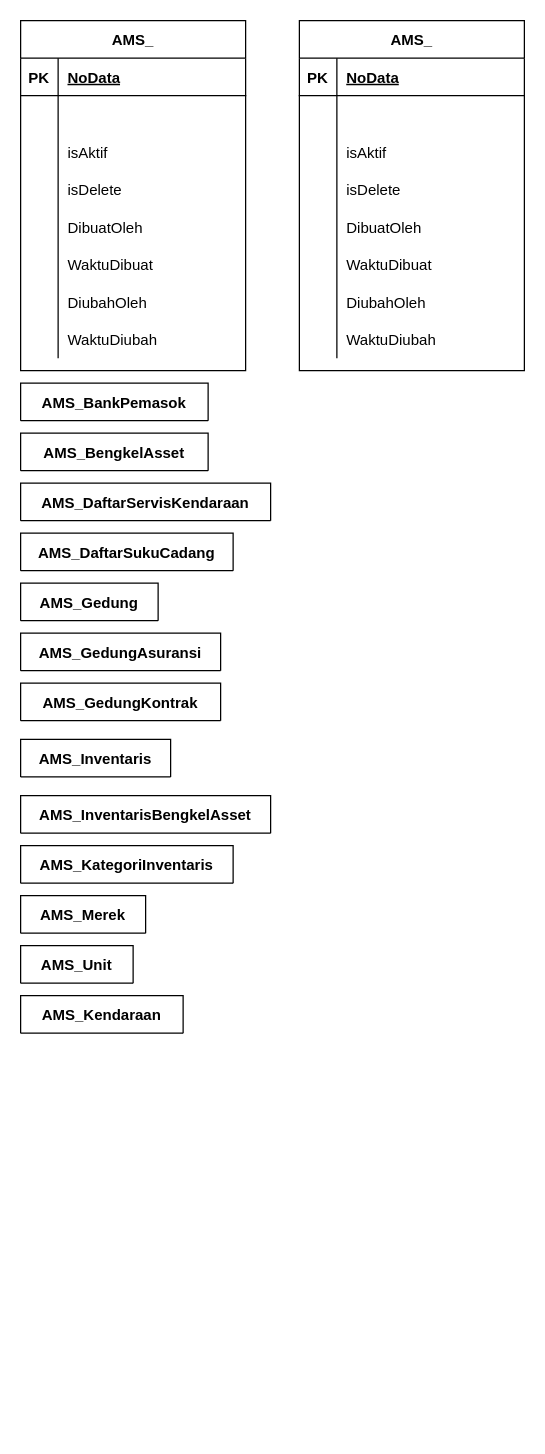
Earlier version of the draw.io diagram assets/files/AMSFix.drawio (hansburnthem/hansburnthem). Source tidied: cells renumbered, new cells numbered last; positions are measured from the earlier drawing's top-left corner, leaving out a move shared by most shapes. Both pictures are drawn from the tidied source at 125%, with x=0, y=0 at pixel (20, 20).
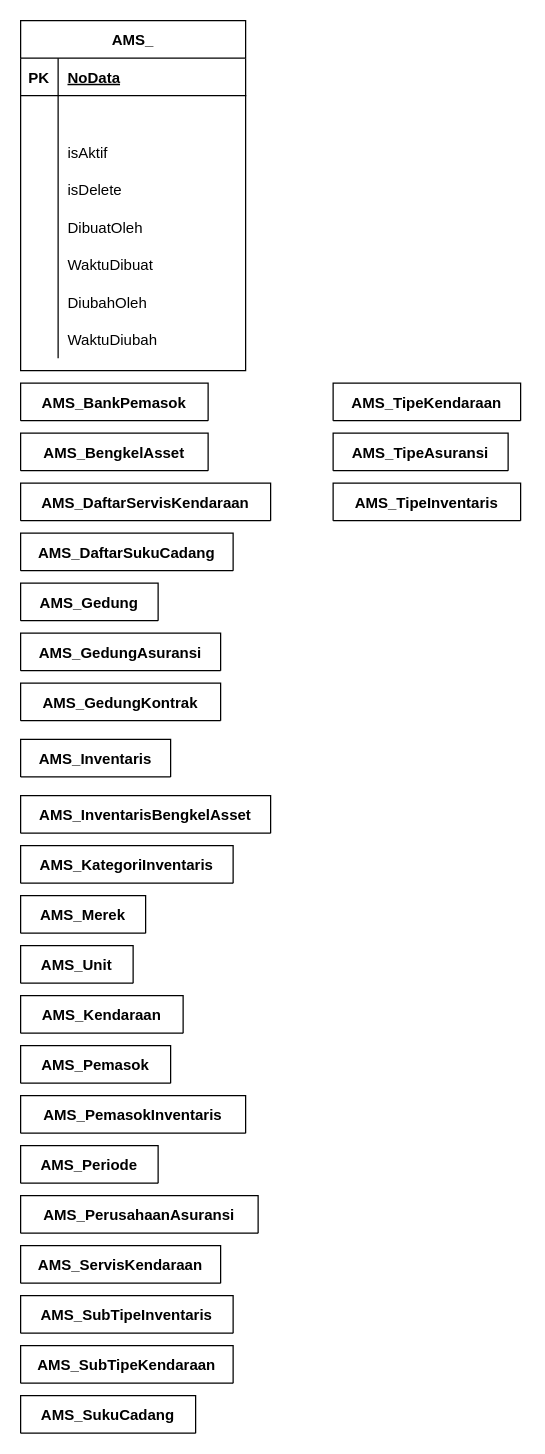
Above is the later version.

Diff of the diagram source:
```diff
@@
-    <mxCell id="40" value="AMS_" style="shape=table;startSize=30;childLayout=tableLayout;rowLines=0;fontStyle=1;align=center;fillColor=default;strokeColor=default;fontColor=default;" parent="1" vertex="1">
-      <mxGeometry x="223" width="180" height="280" as="geometry" />
+    <mxCell id="40" value="AMS_Pemasok" style="shape=table;startSize=30;childLayout=tableLayout;rowLines=0;fontStyle=1;align=center;fillColor=default;strokeColor=default;fontColor=default;" parent="1" vertex="1" collapsed="1">
+      <mxGeometry y="820" width="120" height="30" as="geometry" />
     </mxCell>
-    <mxCell id="41" style="shape=partialRectangle;fillColor=none;top=0;left=0;bottom=1;right=0;" parent="40" vertex="1">
-      <mxGeometry y="30" width="180" height="30" as="geometry" />
-    </mxCell>
-    <mxCell id="42" value="PK" style="shape=partialRectangle;fillColor=none;top=0;left=0;bottom=0;right=0;fontStyle=1;overflow=hidden;" parent="41" vertex="1">
-      <mxGeometry width="30" height="30" as="geometry" />
-    </mxCell>
-    <mxCell id="43" value="NoData" style="shape=partialRectangle;fillColor=none;top=0;left=0;bottom=0;right=0;align=left;spacingLeft=6;fontStyle=5;overflow=hidden;fontColor=default;" parent="41" vertex="1">
-      <mxGeometry x="30" width="150" height="30" as="geometry" />
-    </mxCell>
-    <mxCell id="44" style="shape=partialRectangle;fillColor=none;top=0;left=0;bottom=0;right=0;" parent="40" vertex="1">
-      <mxGeometry y="60" width="180" height="30" as="geometry" />
-    </mxCell>
-    <mxCell id="45" style="shape=partialRectangle;fillColor=none;top=0;left=0;bottom=0;right=0;overflow=hidden;" parent="44" vertex="1">
-      <mxGeometry width="30" height="30" as="geometry" />
-    </mxCell>
-    <mxCell id="46" style="shape=partialRectangle;fillColor=none;top=0;left=0;bottom=0;right=0;align=left;spacingLeft=6;overflow=hidden;fontColor=default;" parent="44" vertex="1">
-      <mxGeometry x="30" width="150" height="30" as="geometry" />
-    </mxCell>
-    <mxCell id="47" style="shape=partialRectangle;fillColor=none;top=0;left=0;bottom=0;right=0;" parent="40" vertex="1">
-      <mxGeometry y="90" width="180" height="30" as="geometry" />
-    </mxCell>
-    <mxCell id="48" style="shape=partialRectangle;fillColor=none;top=0;left=0;bottom=0;right=0;overflow=hidden;" parent="47" vertex="1">
-      <mxGeometry width="30" height="30" as="geometry" />
-    </mxCell>
-    <mxCell id="49" value="isAktif" style="shape=partialRectangle;fillColor=none;top=0;left=0;bottom=0;right=0;align=left;spacingLeft=6;overflow=hidden;fontColor=default;" parent="47" vertex="1">
-      <mxGeometry x="30" width="150" height="30" as="geometry" />
-    </mxCell>
-    <mxCell id="50" style="shape=partialRectangle;fillColor=none;top=0;left=0;bottom=0;right=0;" parent="40" vertex="1">
-      <mxGeometry y="120" width="180" height="30" as="geometry" />
-    </mxCell>
-    <mxCell id="51" style="shape=partialRectangle;fillColor=none;top=0;left=0;bottom=0;right=0;overflow=hidden;" parent="50" vertex="1">
-      <mxGeometry width="30" height="30" as="geometry" />
-    </mxCell>
-    <mxCell id="52" value="isDelete" style="shape=partialRectangle;fillColor=none;top=0;left=0;bottom=0;right=0;align=left;spacingLeft=6;overflow=hidden;fontColor=default;" parent="50" vertex="1">
-      <mxGeometry x="30" width="150" height="30" as="geometry" />
-    </mxCell>
-    <mxCell id="53" style="shape=partialRectangle;fillColor=none;top=0;left=0;bottom=0;right=0;" parent="40" vertex="1">
-      <mxGeometry y="150" width="180" height="30" as="geometry" />
-    </mxCell>
-    <mxCell id="54" style="shape=partialRectangle;fillColor=none;top=0;left=0;bottom=0;right=0;overflow=hidden;" parent="53" vertex="1">
-      <mxGeometry width="30" height="30" as="geometry" />
-    </mxCell>
-    <mxCell id="55" value="DibuatOleh " style="shape=partialRectangle;fillColor=none;top=0;left=0;bottom=0;right=0;align=left;spacingLeft=6;overflow=hidden;fontColor=default;" parent="53" vertex="1">
-      <mxGeometry x="30" width="150" height="30" as="geometry" />
-    </mxCell>
-    <mxCell id="56" style="shape=partialRectangle;fillColor=none;top=0;left=0;bottom=0;right=0;strokeColor=default;fontColor=default;" parent="40" vertex="1">
-      <mxGeometry y="180" width="180" height="30" as="geometry" />
-    </mxCell>
-    <mxCell id="57" style="shape=partialRectangle;fillColor=none;top=0;left=0;bottom=0;right=0;overflow=hidden;" parent="56" vertex="1">
-      <mxGeometry width="30" height="30" as="geometry" />
-    </mxCell>
-    <mxCell id="58" value="WaktuDibuat            " style="shape=partialRectangle;fillColor=none;top=0;left=0;bottom=0;right=0;align=left;spacingLeft=6;overflow=hidden;fontColor=default;" parent="56" vertex="1">
-      <mxGeometry x="30" width="150" height="30" as="geometry" />
-    </mxCell>
-    <mxCell id="59" style="shape=partialRectangle;fillColor=none;top=0;left=0;bottom=0;right=0;" parent="40" vertex="1">
-      <mxGeometry y="210" width="180" height="30" as="geometry" />
-    </mxCell>
-    <mxCell id="60" style="shape=partialRectangle;fillColor=none;top=0;left=0;bottom=0;right=0;overflow=hidden;" parent="59" vertex="1">
-      <mxGeometry width="30" height="30" as="geometry" />
-    </mxCell>
-    <mxCell id="61" value="DiubahOleh   " style="shape=partialRectangle;fillColor=none;top=0;left=0;bottom=0;right=0;align=left;spacingLeft=6;overflow=hidden;fontColor=default;" parent="59" vertex="1">
-      <mxGeometry x="30" width="150" height="30" as="geometry" />
-    </mxCell>
-    <mxCell id="62" style="shape=partialRectangle;fillColor=none;top=0;left=0;bottom=0;right=0;" parent="40" vertex="1">
-      <mxGeometry y="240" width="180" height="30" as="geometry" />
-    </mxCell>
-    <mxCell id="63" style="shape=partialRectangle;fillColor=none;top=0;left=0;bottom=0;right=0;overflow=hidden;" parent="62" vertex="1">
-      <mxGeometry width="30" height="30" as="geometry" />
-    </mxCell>
-    <mxCell id="64" value="WaktuDiubah" style="shape=partialRectangle;fillColor=none;top=0;left=0;bottom=0;right=0;align=left;spacingLeft=6;overflow=hidden;fontColor=default;" parent="62" vertex="1">
-      <mxGeometry x="30" width="150" height="30" as="geometry" />
-    </mxCell>
+    <mxCell id="65" value="AMS_PemasokInventaris" style="shape=table;startSize=30;childLayout=tableLayout;rowLines=0;fontStyle=1;align=center;fillColor=default;strokeColor=default;fontColor=default;" parent="1" vertex="1" collapsed="1">
+      <mxGeometry y="860" width="180" height="30" as="geometry" />
+    </mxCell>
+    <mxCell id="66" value="AMS_Periode" style="shape=table;startSize=30;childLayout=tableLayout;rowLines=0;fontStyle=1;align=center;fillColor=default;strokeColor=default;fontColor=default;" parent="1" vertex="1" collapsed="1">
+      <mxGeometry y="900" width="110" height="30" as="geometry" />
+    </mxCell>
+    <mxCell id="67" value="AMS_PerusahaanAsuransi" style="shape=table;startSize=30;childLayout=tableLayout;rowLines=0;fontStyle=1;align=center;fillColor=default;strokeColor=default;fontColor=default;" parent="1" vertex="1" collapsed="1">
+      <mxGeometry y="940" width="190" height="30" as="geometry" />
+    </mxCell>
+    <mxCell id="68" value="AMS_ServisKendaraan" style="shape=table;startSize=30;childLayout=tableLayout;rowLines=0;fontStyle=1;align=center;fillColor=default;strokeColor=default;fontColor=default;" parent="1" vertex="1" collapsed="1">
+      <mxGeometry y="980" width="160" height="30" as="geometry" />
+    </mxCell>
+    <mxCell id="69" value="AMS_SubTipeInventaris" style="shape=table;startSize=30;childLayout=tableLayout;rowLines=0;fontStyle=1;align=center;fillColor=default;strokeColor=default;fontColor=default;" parent="1" vertex="1" collapsed="1">
+      <mxGeometry y="1020" width="170" height="30" as="geometry" />
+    </mxCell>
+    <mxCell id="70" value="AMS_SubTipeKendaraan" style="shape=table;startSize=30;childLayout=tableLayout;rowLines=0;fontStyle=1;align=center;fillColor=default;strokeColor=default;fontColor=default;" parent="1" vertex="1" collapsed="1">
+      <mxGeometry y="1060" width="170" height="30" as="geometry" />
+    </mxCell>
+    <mxCell id="71" value="AMS_SukuCadang" style="shape=table;startSize=30;childLayout=tableLayout;rowLines=0;fontStyle=1;align=center;fillColor=default;strokeColor=default;fontColor=default;" parent="1" vertex="1" collapsed="1">
+      <mxGeometry y="1100" width="140" height="30" as="geometry" />
+    </mxCell>
+    <mxCell id="72" value="AMS_TipeAsuransi" style="shape=table;startSize=30;childLayout=tableLayout;rowLines=0;fontStyle=1;align=center;fillColor=default;strokeColor=default;fontColor=default;" parent="1" vertex="1" collapsed="1">
+      <mxGeometry x="250" y="330" width="140" height="30" as="geometry" />
+    </mxCell>
+    <mxCell id="73" value="AMS_TipeInventaris" style="shape=table;startSize=30;childLayout=tableLayout;rowLines=0;fontStyle=1;align=center;fillColor=default;strokeColor=default;fontColor=default;" parent="1" vertex="1" collapsed="1">
+      <mxGeometry x="250" y="370" width="150" height="30" as="geometry" />
+    </mxCell>
+    <mxCell id="74" value="AMS_TipeKendaraan" style="shape=table;startSize=30;childLayout=tableLayout;rowLines=0;fontStyle=1;align=center;fillColor=default;strokeColor=default;fontColor=default;" parent="1" vertex="1" collapsed="1">
+      <mxGeometry x="250" y="290" width="150" height="30" as="geometry" />
+    </mxCell>
```
